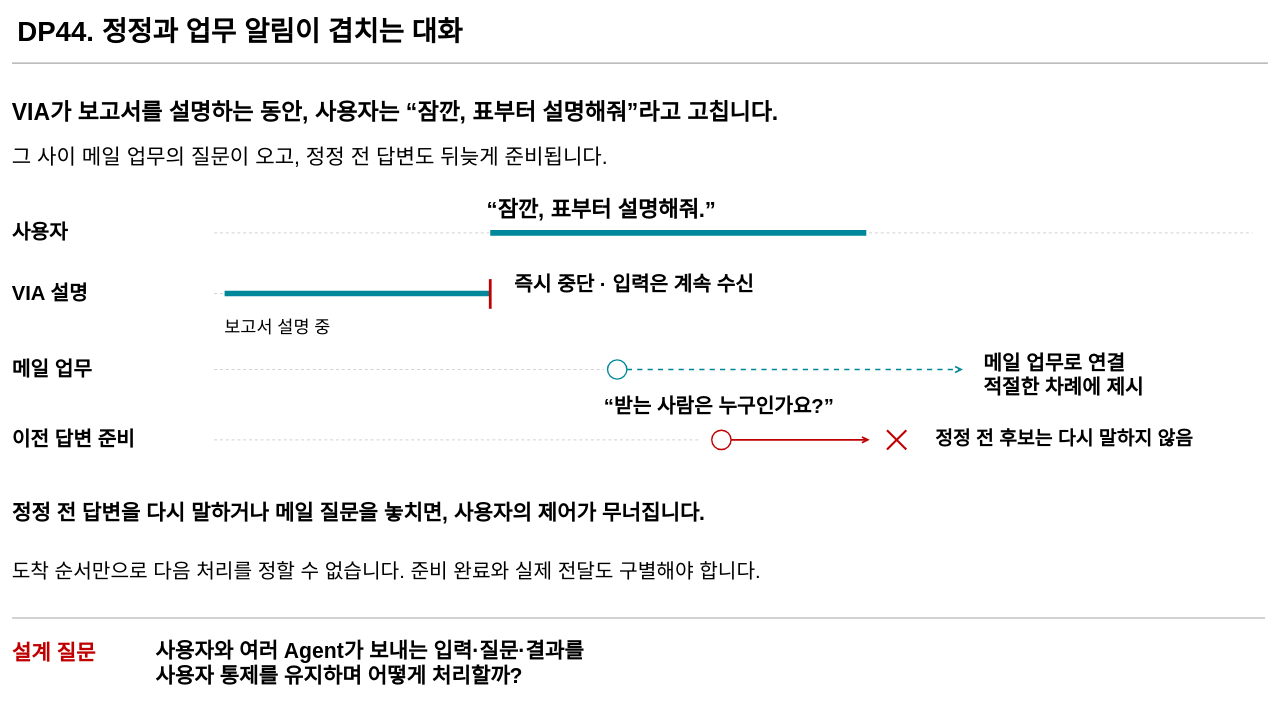
Above: docs/architecture/12-decisions/decision-packages/diagrams/dp44-background.drawio in cbyche/via-sw-architecture (draw.io), before the change. Source tidied: cells renumbered, new cells numbered last; positions are measured from the earlier drawing's top-left corner, leaving out a move shared by most shapes. Both pictures are drawn from the tidied source at 69%, with x=0, y=0 at pixel (12, 12).
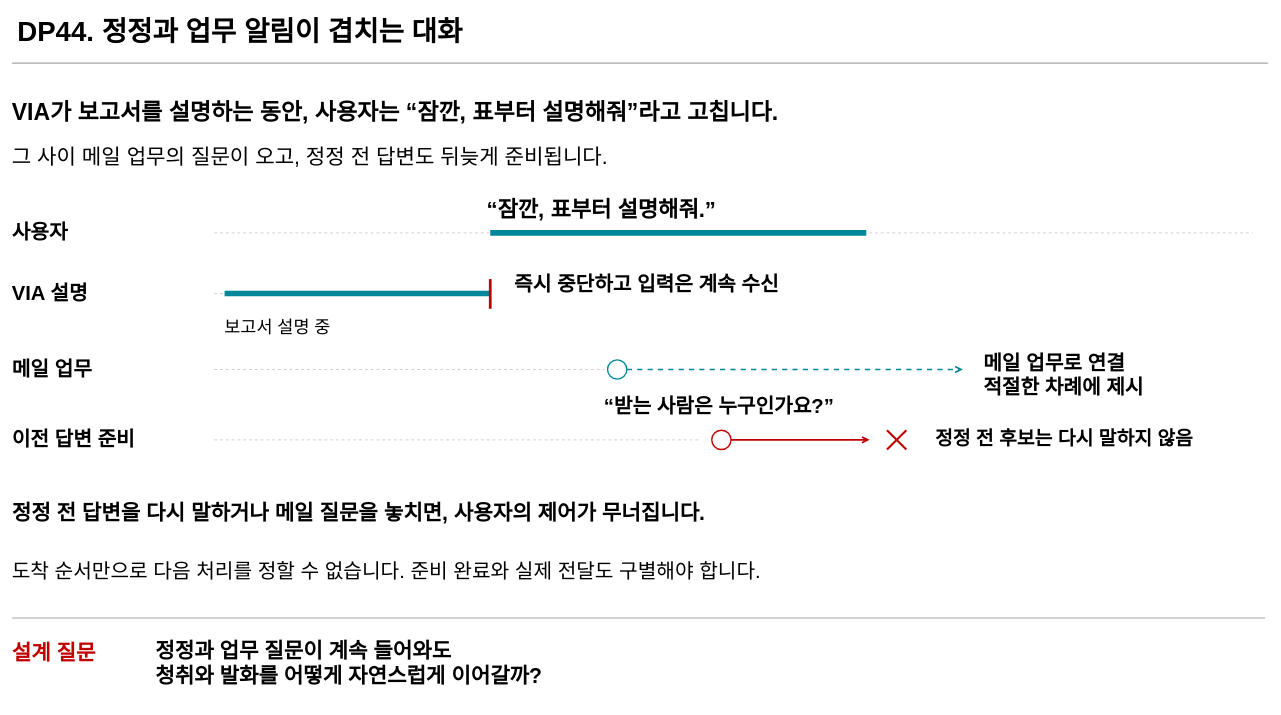
Above is the later version.

The edit, as a diff of the source:
```diff
@@
-    <mxCell id="6" value="사용자와 여러 Agent가 보내는 입력·질문·결과를&lt;br&gt;사용자 통제를 유지하며 어떻게 처리할까?" style="fontFamily=Calibri;fontSize=30.666666666666668;fontColor=#000000;fontStyle=1;html=1;whiteSpace=wrap;align=left;verticalAlign=middle;spacing=0;text;fillColor=none;strokeColor=none;" parent="1" vertex="1">
+    <mxCell id="6" value="정정과 업무 질문이 계속 들어와도&lt;br&gt;청취와 발화를 어떻게 자연스럽게 이어갈까?" style="fontFamily=Calibri;fontSize=30.666666666666668;fontColor=#000000;fontStyle=1;html=1;whiteSpace=wrap;align=left;verticalAlign=middle;spacing=0;text;fillColor=none;strokeColor=none;" parent="1" vertex="1">
       <mxGeometry x="208" y="902" width="1608" height="100" as="geometry" />
     </mxCell>
@@
-    <mxCell id="21" value="즉시 중단 · 입력은 계속 수신" style="fontFamily=Calibri;fontSize=29.333333333333332;fontColor=#000000;fontStyle=1;html=1;whiteSpace=wrap;align=left;verticalAlign=middle;spacing=0;text;fillColor=none;strokeColor=none;" parent="1" vertex="1">
+    <mxCell id="21" value="즉시 중단하고 입력은 계속 수신" style="fontFamily=Calibri;fontSize=29.333333333333332;fontColor=#000000;fontStyle=1;html=1;whiteSpace=wrap;align=left;verticalAlign=middle;spacing=0;text;fillColor=none;strokeColor=none;" parent="1" vertex="1">
       <mxGeometry x="728" y="372" width="1050" height="60" as="geometry" />
     </mxCell>
```
